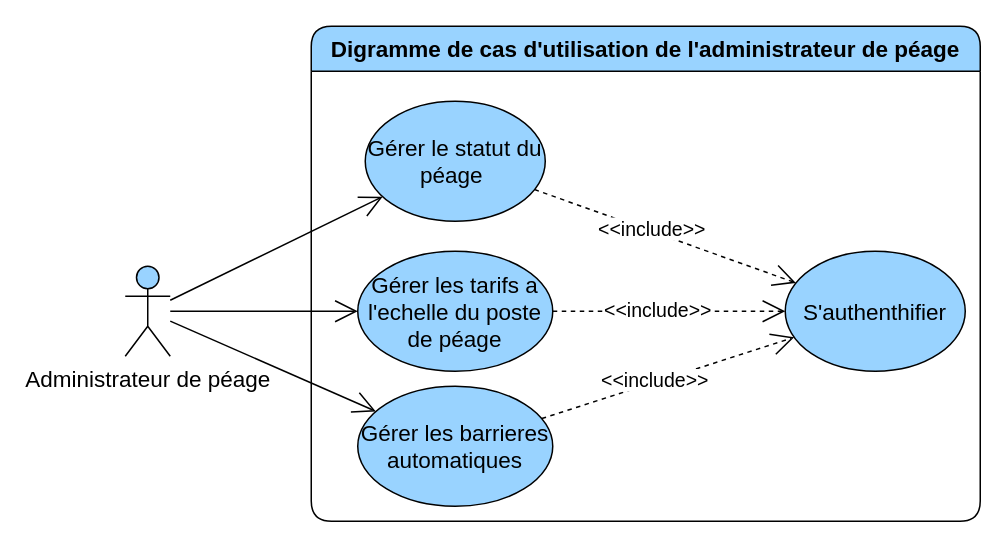
Before: page "general" (1 of 3) of diagrams/use-case/administrateur-de-peage.drawio in devlotfi/peage-pay, a draw.io diagram. Source tidied: cells renumbered, new cells numbered last; positions are measured from the earlier drawing's top-left corner, leaving out a move shared by most shapes. Both pictures are drawn from the tidied source at 150%, with x=0, y=0 at pixel (124, 26).
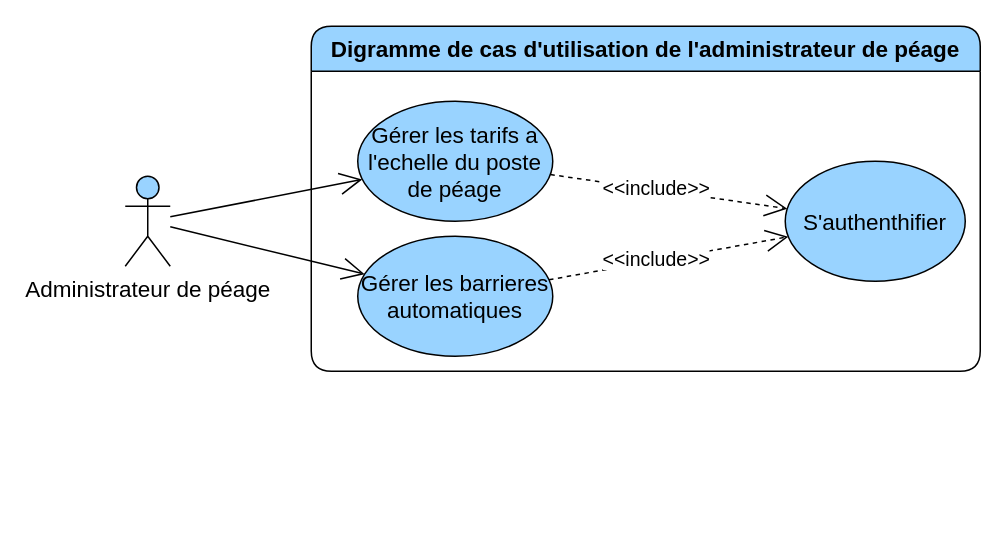
The same diagram, later.

What changed in the source:
```diff
@@
 <mxGraphModel>
   <root>
     <mxCell id="0" />
     <mxCell id="1" parent="0" />
     <mxCell id="2" value="Digramme de cas d'utilisation de l'administrateur de péage" style="swimlane;whiteSpace=wrap;html=1;rounded=1;fillColor=#99D3FF;fontSize=15;startSize=30;" parent="1" vertex="1">
-      <mxGeometry x="124" width="446" height="330" as="geometry" />
+      <mxGeometry x="124" width="446" height="230" as="geometry" />
     </mxCell>
     <mxCell id="3" value="S'authenthifier" style="ellipse;whiteSpace=wrap;html=1;strokeColor=default;align=center;verticalAlign=middle;fontFamily=Helvetica;fontSize=15;fontColor=default;fillColor=#99D3FF;" parent="2" vertex="1">
-      <mxGeometry x="316" y="150" width="120" height="80" as="geometry" />
+      <mxGeometry x="316" y="90" width="120" height="80" as="geometry" />
     </mxCell>
-    <mxCell id="4" value="Gérer le statut du péage&amp;nbsp;" style="ellipse;whiteSpace=wrap;html=1;strokeColor=default;align=center;verticalAlign=middle;fontFamily=Helvetica;fontSize=15;fontColor=default;fillColor=#99D3FF;" parent="2" vertex="1">
-      <mxGeometry x="36" y="50" width="120" height="80" as="geometry" />
-    </mxCell>
-    <mxCell id="5" style="edgeStyle=none;rounded=0;jettySize=auto;html=1;strokeColor=default;align=center;verticalAlign=middle;fontFamily=Helvetica;fontSize=15;fontColor=default;labelBackgroundColor=default;startSize=6;endArrow=open;endFill=0;endSize=13;dashed=1;" parent="2" edge="1" source="4" target="3">
-      <mxGeometry relative="1" as="geometry" />
-    </mxCell>
-    <mxCell id="6" value="&amp;lt;&amp;lt;include&amp;gt;&amp;gt;" style="edgeLabel;html=1;align=center;verticalAlign=middle;strokeColor=default;fontFamily=Helvetica;fontSize=13;fontColor=default;labelBackgroundColor=default;fillColor=#99D3FF;" parent="5" vertex="1">
-      <mxGeometry x="-0.11" y="2" relative="1" as="geometry" />
-    </mxCell>
     <mxCell id="7" value="Gérer les tarifs a l'echelle du poste de péage" style="ellipse;whiteSpace=wrap;html=1;strokeColor=default;align=center;verticalAlign=middle;fontFamily=Helvetica;fontSize=15;fontColor=default;fillColor=#99D3FF;" parent="2" vertex="1">
-      <mxGeometry x="31" y="150" width="130" height="80" as="geometry" />
+      <mxGeometry x="31" y="50" width="130" height="80" as="geometry" />
     </mxCell>
     <mxCell id="8" style="edgeStyle=none;rounded=0;jettySize=auto;html=1;strokeColor=default;align=center;verticalAlign=middle;fontFamily=Helvetica;fontSize=15;fontColor=default;labelBackgroundColor=default;startSize=6;endArrow=open;endFill=0;endSize=13;dashed=1;" parent="2" edge="1" source="7" target="3">
       <mxGeometry relative="1" as="geometry" />
     </mxCell>
     <mxCell id="9" value="&amp;lt;&amp;lt;include&amp;gt;&amp;gt;" style="edgeLabel;html=1;align=center;verticalAlign=middle;strokeColor=default;fontFamily=Helvetica;fontSize=13;fontColor=default;labelBackgroundColor=default;fillColor=#99D3FF;" parent="8" vertex="1">
       <mxGeometry x="-0.11" y="2" relative="1" as="geometry" />
     </mxCell>
     <mxCell id="10" value="Gérer les barrieres automatiques" style="ellipse;whiteSpace=wrap;html=1;strokeColor=default;align=center;verticalAlign=middle;fontFamily=Helvetica;fontSize=15;fontColor=default;fillColor=#99D3FF;" parent="2" vertex="1">
-      <mxGeometry x="31" y="240" width="130" height="80" as="geometry" />
+      <mxGeometry x="31" y="140" width="130" height="80" as="geometry" />
     </mxCell>
     <mxCell id="11" style="edgeStyle=none;rounded=0;jettySize=auto;html=1;strokeColor=default;align=center;verticalAlign=middle;fontFamily=Helvetica;fontSize=15;fontColor=default;labelBackgroundColor=default;startSize=6;endArrow=open;endFill=0;endSize=13;dashed=1;" parent="2" edge="1" source="10" target="3">
       <mxGeometry relative="1" as="geometry" />
     </mxCell>
     <mxCell id="12" value="&amp;lt;&amp;lt;include&amp;gt;&amp;gt;" style="edgeLabel;html=1;align=center;verticalAlign=middle;strokeColor=default;fontFamily=Helvetica;fontSize=13;fontColor=default;labelBackgroundColor=default;fillColor=#99D3FF;" parent="11" vertex="1">
       <mxGeometry x="-0.11" y="2" relative="1" as="geometry" />
     </mxCell>
     <mxCell id="13" value="Administrateur&amp;nbsp;de péage" style="shape=umlActor;verticalLabelPosition=bottom;verticalAlign=top;html=1;outlineConnect=0;strokeColor=default;align=center;fontFamily=Helvetica;fontSize=15;fontColor=default;fillColor=#99D3FF;" parent="1" vertex="1">
-      <mxGeometry y="160" width="30" height="60" as="geometry" />
+      <mxGeometry y="100" width="30" height="60" as="geometry" />
     </mxCell>
-    <mxCell id="14" style="rounded=0;jettySize=auto;html=1;fontFamily=Helvetica;fontSize=15;fontColor=default;endArrow=open;endFill=0;startSize=6;endSize=13;" parent="1" edge="1" source="13" target="4">
-      <mxGeometry relative="1" as="geometry" />
-    </mxCell>
     <mxCell id="15" style="rounded=0;jettySize=auto;html=1;fontFamily=Helvetica;fontSize=15;fontColor=default;endArrow=open;endFill=0;startSize=6;endSize=13;" parent="1" edge="1" source="13" target="7">
       <mxGeometry relative="1" as="geometry" />
     </mxCell>
     <mxCell id="16" style="rounded=0;jettySize=auto;html=1;fontFamily=Helvetica;fontSize=15;fontColor=default;endArrow=open;endFill=0;startSize=6;endSize=13;" parent="1" edge="1" source="13" target="10">
       <mxGeometry relative="1" as="geometry" />
     </mxCell>
   </root>
 </mxGraphModel>
```
